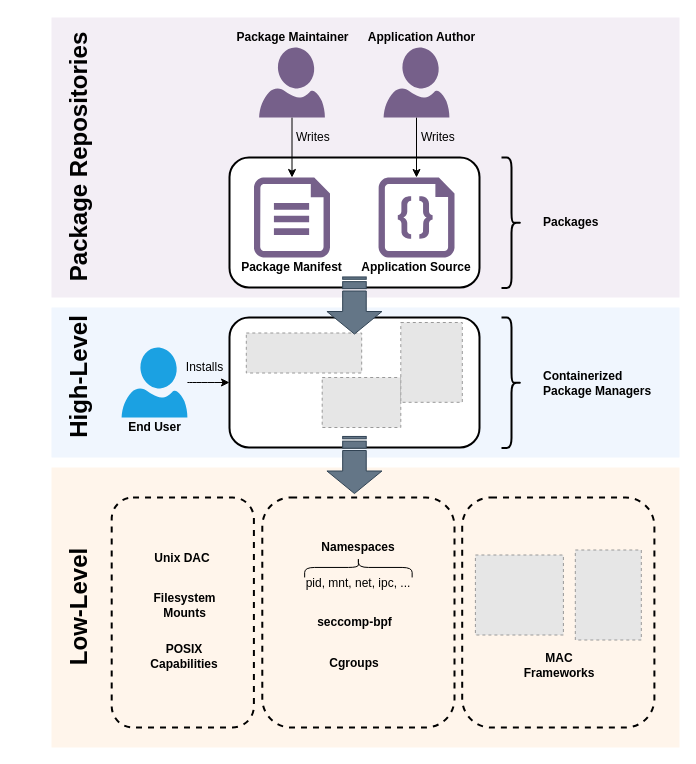
Above: project/report/figs/drawio/containers.drawio in willfindlay/adaptivesec-F2020 (draw.io), before the change. Source tidied: cells renumbered, new cells numbered last; positions are measured from the earlier drawing's top-left corner, leaving out a move shared by most shapes. Both pictures are drawn from the tidied source at 100%, with x=0, y=0 at pixel (29, 17). Pictures stored in the file or linked from it are replaced by grey dashed boxes.
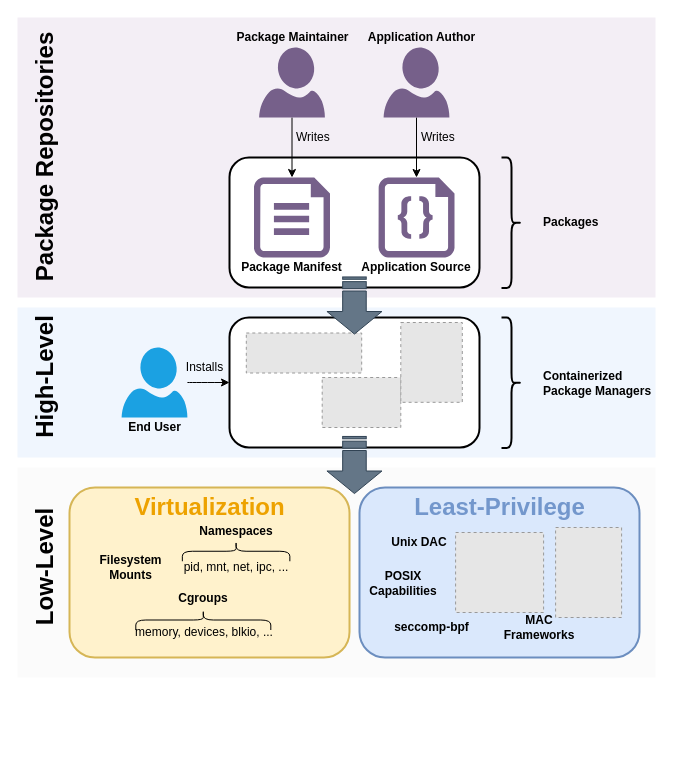
Above is the later version.

What changed in the source:
```diff
@@
+    <mxCell id="3" style="rounded=0;whiteSpace=wrap;html=1;align=center;fillColor=#f5f5f5;opacity=40;fontColor=#333333;strokeColor=none;" parent="1" vertex="1">
+      <mxGeometry x="-12" y="450" width="638" height="210" as="geometry" />
+    </mxCell>
+    <mxCell id="53" style="rounded=1;whiteSpace=wrap;html=1;fontFamily=Helvetica;fontSize=12;align=left;strokeColor=#d6b656;fillColor=#fff2cc;strokeWidth=2;" parent="1" vertex="1">
+      <mxGeometry x="40" y="470" width="280" height="170" as="geometry" />
+    </mxCell>
+    <mxCell id="54" style="rounded=1;whiteSpace=wrap;html=1;fontFamily=Helvetica;fontSize=12;align=left;strokeColor=#6c8ebf;fillColor=#dae8fc;strokeWidth=2;" parent="1" vertex="1">
+      <mxGeometry x="330" y="470" width="280" height="170" as="geometry" />
+    </mxCell>
     <mxCell id="2" style="rounded=0;whiteSpace=wrap;html=1;align=center;fillColor=#dae8fc;opacity=40;strokeColor=none;" parent="1" vertex="1">
-      <mxGeometry x="22" y="290" width="628" height="150" as="geometry" />
+      <mxGeometry x="-12" y="290" width="638" height="150" as="geometry" />
     </mxCell>
-    <mxCell id="3" style="rounded=0;whiteSpace=wrap;html=1;align=center;fillColor=#ffe6cc;opacity=40;strokeColor=none;" parent="1" vertex="1">
-      <mxGeometry x="22" y="450" width="628" height="280" as="geometry" />
-    </mxCell>
-    <mxCell id="4" style="rounded=0;whiteSpace=wrap;html=1;align=center;fillColor=#e1d5e7;strokeColor=none;opacity=40;" parent="1" vertex="1">
-      <mxGeometry x="22" width="628" height="280" as="geometry" />
+    <mxCell id="4" style="rounded=0;whiteSpace=wrap;html=1;align=center;fillColor=#e1d5e7;opacity=40;strokeColor=none;" parent="1" vertex="1">
+      <mxGeometry x="-12" width="638" height="280" as="geometry" />
     </mxCell>
@@
     <mxCell id="31" value="Package Repositories" style="text;strokeColor=none;fillColor=none;html=1;fontSize=24;fontStyle=1;verticalAlign=middle;align=center;rotation=-90;" parent="1" vertex="1">
-      <mxGeometry y="120" width="100" height="40" as="geometry" />
+      <mxGeometry x="-34" y="120" width="100" height="40" as="geometry" />
     </mxCell>
     <mxCell id="32" value="High-Level" style="text;strokeColor=none;fillColor=none;html=1;fontSize=24;fontStyle=1;verticalAlign=middle;align=center;rotation=-90;" parent="1" vertex="1">
-      <mxGeometry y="340" width="100" height="40" as="geometry" />
+      <mxGeometry x="-34" y="340" width="100" height="40" as="geometry" />
     </mxCell>
@@
     <mxCell id="37" value="Low-Level" style="text;strokeColor=none;fillColor=none;html=1;fontSize=24;fontStyle=1;verticalAlign=middle;align=center;rotation=-90;" parent="1" vertex="1">
-      <mxGeometry y="570" width="100" height="40" as="geometry" />
+      <mxGeometry x="-34" y="530" width="100" height="40" as="geometry" />
     </mxCell>
-    <mxCell id="38" style="rounded=1;whiteSpace=wrap;html=1;fontFamily=Helvetica;fontSize=12;fontColor=#000000;align=left;strokeColor=#000000;strokeWidth=2;fillColor=none;dashed=1;" parent="1" vertex="1">
-      <mxGeometry x="432.7" y="480" width="192.2" height="230" as="geometry" />
-    </mxCell>
     <mxCell id="39" style="fillColor=#E6E6E6;strokeColor=#999999;dashed=1;html=1;verticalLabelPosition=bottom;verticalAlign=top;fontColor=#000000;align=center;" parent="1" vertex="1">
-      <mxGeometry x="445.9" y="537.5" width="88" height="80" as="geometry" />
+      <mxGeometry x="426.1" y="515" width="88" height="80" as="geometry" />
     </mxCell>
     <mxCell id="40" style="fillColor=#E6E6E6;strokeColor=#999999;dashed=1;html=1;verticalLabelPosition=bottom;verticalAlign=top;fontColor=#000000;align=center;" parent="1" vertex="1">
-      <mxGeometry x="545.8" y="532.5" width="66" height="90" as="geometry" />
+      <mxGeometry x="526.1" y="510" width="66" height="90" as="geometry" />
     </mxCell>
-    <mxCell id="41" style="rounded=1;whiteSpace=wrap;html=1;fontFamily=Helvetica;fontSize=12;fontColor=#000000;align=left;strokeColor=#000000;strokeWidth=2;fillColor=none;dashed=1;" parent="1" vertex="1">
-      <mxGeometry x="232.8" y="480" width="192.2" height="230" as="geometry" />
-    </mxCell>
-    <mxCell id="42" style="rounded=1;whiteSpace=wrap;html=1;fontFamily=Helvetica;fontSize=12;fontColor=#000000;align=left;strokeColor=#000000;strokeWidth=2;fillColor=none;dashed=1;" parent="1" vertex="1">
-      <mxGeometry x="82.2" y="480" width="142.2" height="230" as="geometry" />
-    </mxCell>
     <mxCell id="43" value="MAC Frameworks" style="text;html=1;strokeColor=none;fillColor=none;align=center;verticalAlign=middle;whiteSpace=wrap;rounded=0;dashed=1;fontColor=#000000;fontStyle=1;" parent="1" vertex="1">
-      <mxGeometry x="510" y="637.5" width="40" height="20" as="geometry" />
+      <mxGeometry x="490.2" y="600" width="40" height="20" as="geometry" />
     </mxCell>
     <mxCell id="44" value="Cgroups" style="text;html=1;strokeColor=none;fillColor=none;align=center;verticalAlign=middle;whiteSpace=wrap;rounded=0;dashed=1;fontColor=#000000;fontStyle=1;" parent="1" vertex="1">
-      <mxGeometry x="305" y="636.2" width="40" height="20" as="geometry" />
+      <mxGeometry x="153.8" y="571.2" width="40" height="20" as="geometry" />
     </mxCell>
     <mxCell id="45" value="seccomp-bpf" style="text;html=1;strokeColor=none;fillColor=none;align=center;verticalAlign=middle;whiteSpace=wrap;rounded=0;dashed=1;fontColor=#000000;fontStyle=1;" parent="1" vertex="1">
-      <mxGeometry x="282.5" y="595" width="85" height="20" as="geometry" />
+      <mxGeometry x="359.5" y="600" width="85" height="20" as="geometry" />
     </mxCell>
     <mxCell id="46" value="Unix DAC" style="text;html=1;strokeColor=none;fillColor=none;align=center;verticalAlign=middle;whiteSpace=wrap;rounded=0;dashed=1;fontColor=#000000;fontStyle=1;" parent="1" vertex="1">
-      <mxGeometry x="123.4" y="530.6" width="60" height="20" as="geometry" />
+      <mxGeometry x="360.1" y="515" width="60" height="20" as="geometry" />
     </mxCell>
     <mxCell id="47" style="group;" parent="1" vertex="1">
-      <mxGeometry x="268.9" y="520" width="120" height="52.5" as="geometry" />
+      <mxGeometry x="146.6" y="503.8" width="120" height="52.5" as="geometry" />
     </mxCell>
@@
     <mxCell id="51" value="Filesystem Mounts" style="text;html=1;strokeColor=none;fillColor=none;align=center;verticalAlign=middle;whiteSpace=wrap;rounded=0;dashed=1;fontColor=#000000;fontStyle=1;" parent="1" vertex="1">
-      <mxGeometry x="126.7" y="578.1" width="56.6" height="20" as="geometry" />
+      <mxGeometry x="73.4" y="540" width="56.6" height="20" as="geometry" />
     </mxCell>
     <mxCell id="52" value="POSIX Capabilities" style="text;html=1;strokeColor=none;fillColor=none;align=center;verticalAlign=middle;whiteSpace=wrap;rounded=0;dashed=1;fontColor=#000000;fontStyle=1;" parent="1" vertex="1">
-      <mxGeometry x="135.1" y="629.4" width="40" height="20" as="geometry" />
+      <mxGeometry x="353.6" y="556.2" width="40" height="20" as="geometry" />
     </mxCell>
+    <mxCell id="55" value="&lt;span style=&quot;font-weight: normal&quot;&gt;memory, devices, blkio, ...&lt;/span&gt;" style="text;html=1;strokeColor=none;fillColor=none;align=center;verticalAlign=middle;whiteSpace=wrap;rounded=0;dashed=1;fontColor=#000000;fontStyle=1;" parent="1" vertex="1">
+      <mxGeometry x="105" y="608.8" width="140" height="12.5" as="geometry" />
+    </mxCell>
+    <mxCell id="56" style="shape=curlyBracket;whiteSpace=wrap;html=1;rounded=1;strokeColor=#000000;strokeWidth=1;fontColor=#000000;align=center;rotation=90;" parent="1" vertex="1">
+      <mxGeometry x="163.8" y="535" width="20" height="135" as="geometry" />
+    </mxCell>
+    <mxCell id="57" value="Virtualization" style="text;strokeColor=none;fillColor=none;html=1;fontSize=24;fontStyle=1;verticalAlign=middle;align=center;fontColor=#EDA200;" parent="1" vertex="1">
+      <mxGeometry x="130" y="470" width="100" height="40" as="geometry" />
+    </mxCell>
+    <mxCell id="58" value="Least-Privilege" style="text;strokeColor=none;fillColor=none;html=1;fontSize=24;fontStyle=1;verticalAlign=middle;align=center;fontColor=#7397CC;" parent="1" vertex="1">
+      <mxGeometry x="420.1" y="470" width="100" height="40" as="geometry" />
+    </mxCell>
```
